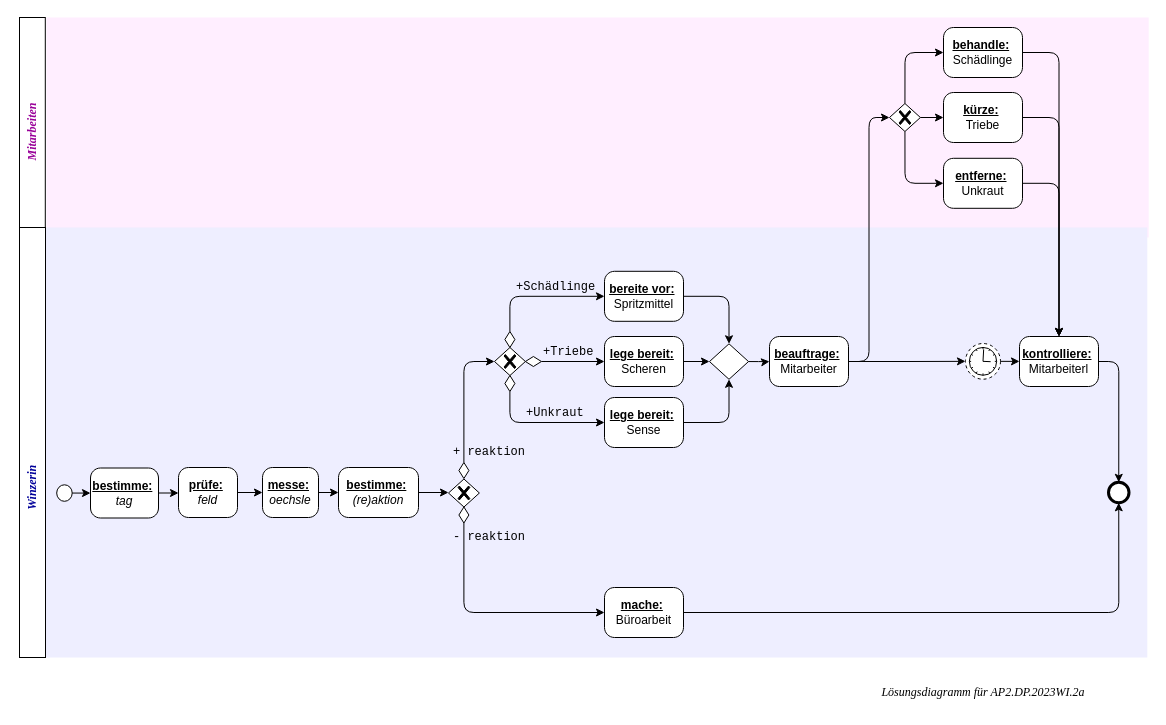
Before: sources/lf.ap2/ap2.dp.2023WI.t1.a2/diagrams.drawio in protirone/protico.ltx, a draw.io diagram. Source tidied: cells renumbered, new cells numbered last; positions are measured from the earlier drawing's top-left corner, leaving out a move shared by most shapes. Both pictures are drawn from the tidied source at 100%, with x=0, y=0 at pixel (2, 17).
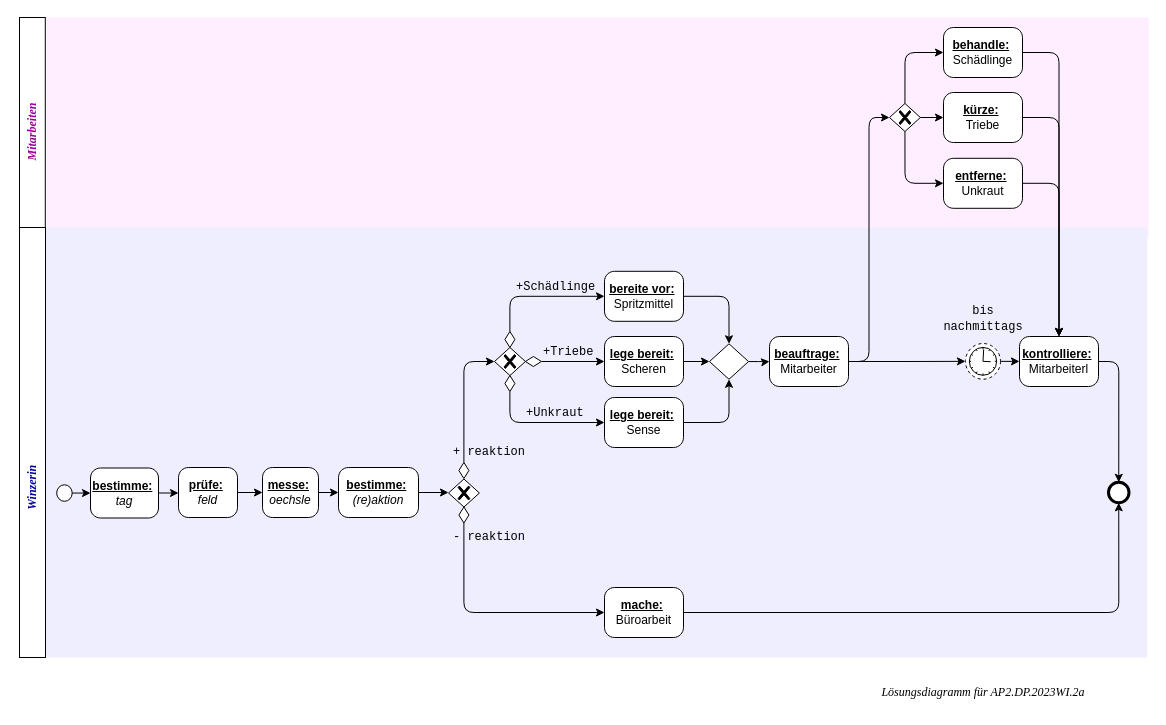
Above is the later version.

Change to the diagram source:
```diff
@@
+    <mxCell id="64" value="&lt;font face=&quot;Courier New&quot;&gt;bis nachmittags&lt;/font&gt;" style="text;html=1;align=center;verticalAlign=middle;whiteSpace=wrap;rounded=0;" parent="1" vertex="1">
+      <mxGeometry x="936" y="287.8" width="90" height="26.2" as="geometry" />
+    </mxCell>
```
